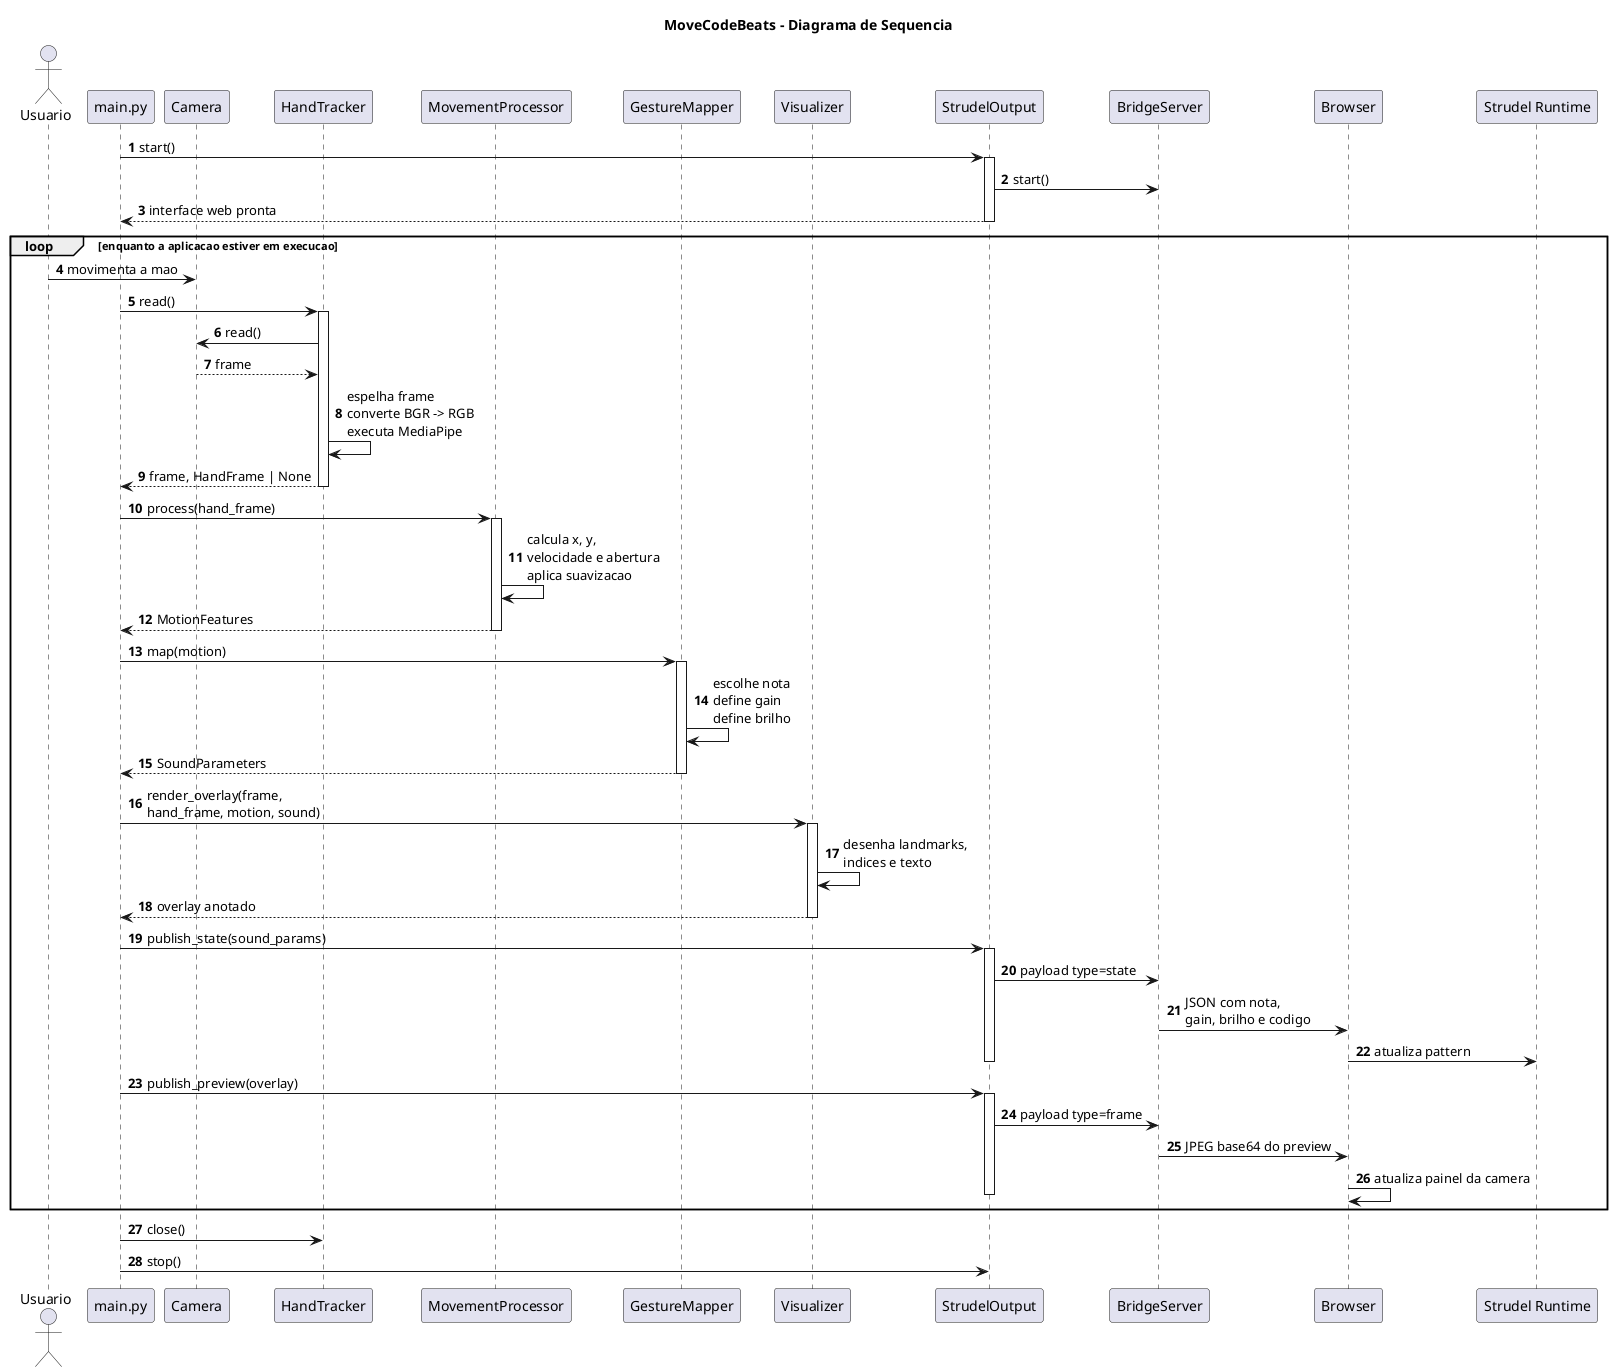
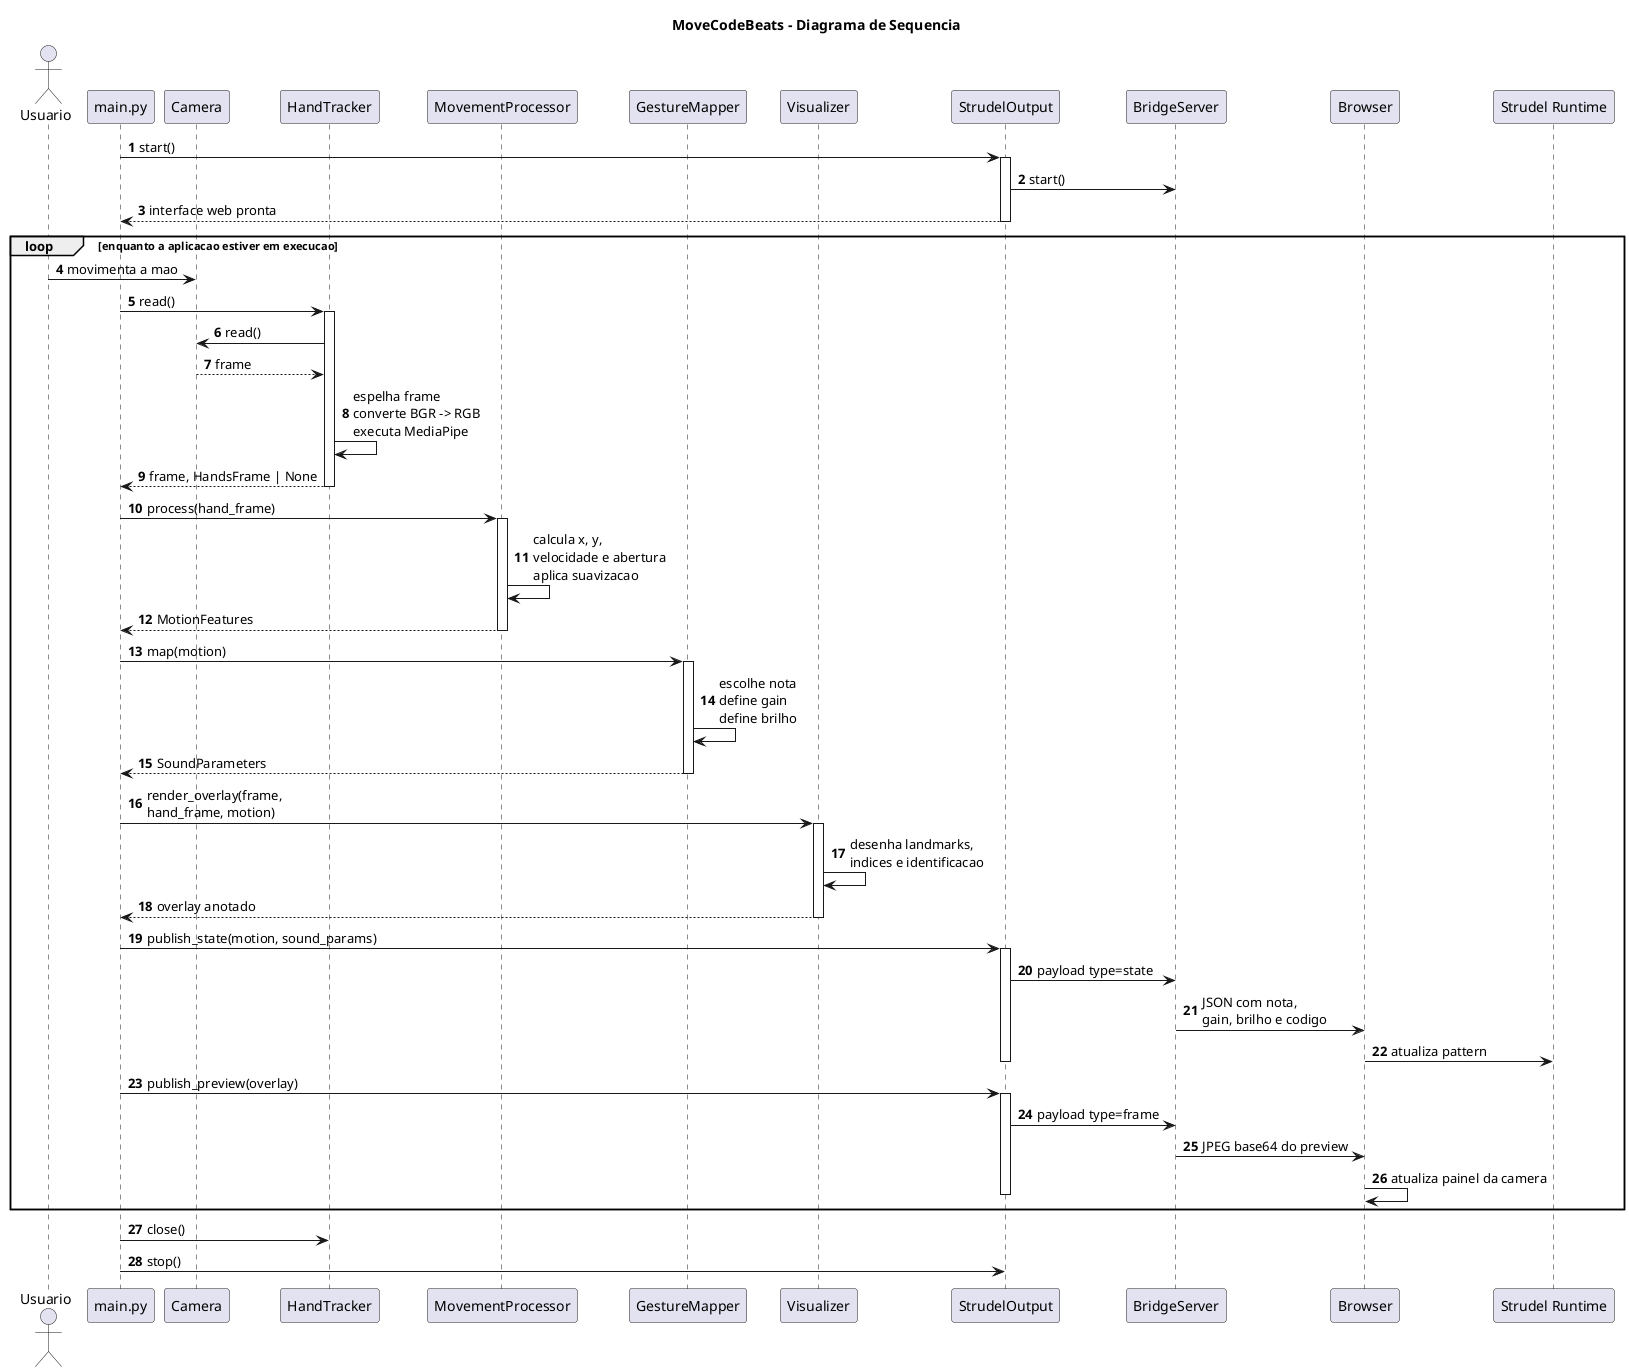
@startuml
title MoveCodeBeats - Diagrama de Sequencia
autonumber

actor Usuario
participant "main.py" as Main
participant "Camera" as Camera
participant "HandTracker" as HandTracker
participant "MovementProcessor" as MovementProcessor
participant "GestureMapper" as GestureMapper
participant "Visualizer" as Visualizer
participant "StrudelOutput" as StrudelOutput
participant "BridgeServer" as BridgeServer
participant "Browser" as Browser
participant "Strudel Runtime" as StrudelRuntime

Main -> StrudelOutput : start()
activate StrudelOutput
StrudelOutput -> BridgeServer : start()
StrudelOutput --> Main : interface web pronta
deactivate StrudelOutput

loop enquanto a aplicacao estiver em execucao
  Usuario -> Camera : movimenta a mao
  Main -> HandTracker : read()
  activate HandTracker
  HandTracker -> Camera : read()
  Camera --> HandTracker : frame
  HandTracker -> HandTracker : espelha frame\nconverte BGR -> RGB\nexecuta MediaPipe
-   HandTracker --> Main : frame, HandFrame | None
+   HandTracker --> Main : frame, HandsFrame | None
  deactivate HandTracker

  Main -> MovementProcessor : process(hand_frame)
  activate MovementProcessor
  MovementProcessor -> MovementProcessor : calcula x, y,\nvelocidade e abertura\naplica suavizacao
  MovementProcessor --> Main : MotionFeatures
  deactivate MovementProcessor

  Main -> GestureMapper : map(motion)
  activate GestureMapper
  GestureMapper -> GestureMapper : escolhe nota\ndefine gain\ndefine brilho
  GestureMapper --> Main : SoundParameters
  deactivate GestureMapper

-   Main -> Visualizer : render_overlay(frame,\nhand_frame, motion, sound)
+   Main -> Visualizer : render_overlay(frame,\nhand_frame, motion)
  activate Visualizer
-   Visualizer -> Visualizer : desenha landmarks,\nindices e texto
+   Visualizer -> Visualizer : desenha landmarks,\nindices e identificacao
  Visualizer --> Main : overlay anotado
  deactivate Visualizer

-   Main -> StrudelOutput : publish_state(sound_params)
+   Main -> StrudelOutput : publish_state(motion, sound_params)
  activate StrudelOutput
  StrudelOutput -> BridgeServer : payload type=state
  BridgeServer -> Browser : JSON com nota,\ngain, brilho e codigo
  Browser -> StrudelRuntime : atualiza pattern
  deactivate StrudelOutput

  Main -> StrudelOutput : publish_preview(overlay)
  activate StrudelOutput
  StrudelOutput -> BridgeServer : payload type=frame
  BridgeServer -> Browser : JPEG base64 do preview
  Browser -> Browser : atualiza painel da camera
  deactivate StrudelOutput
end

Main -> HandTracker : close()
Main -> StrudelOutput : stop()
@enduml
